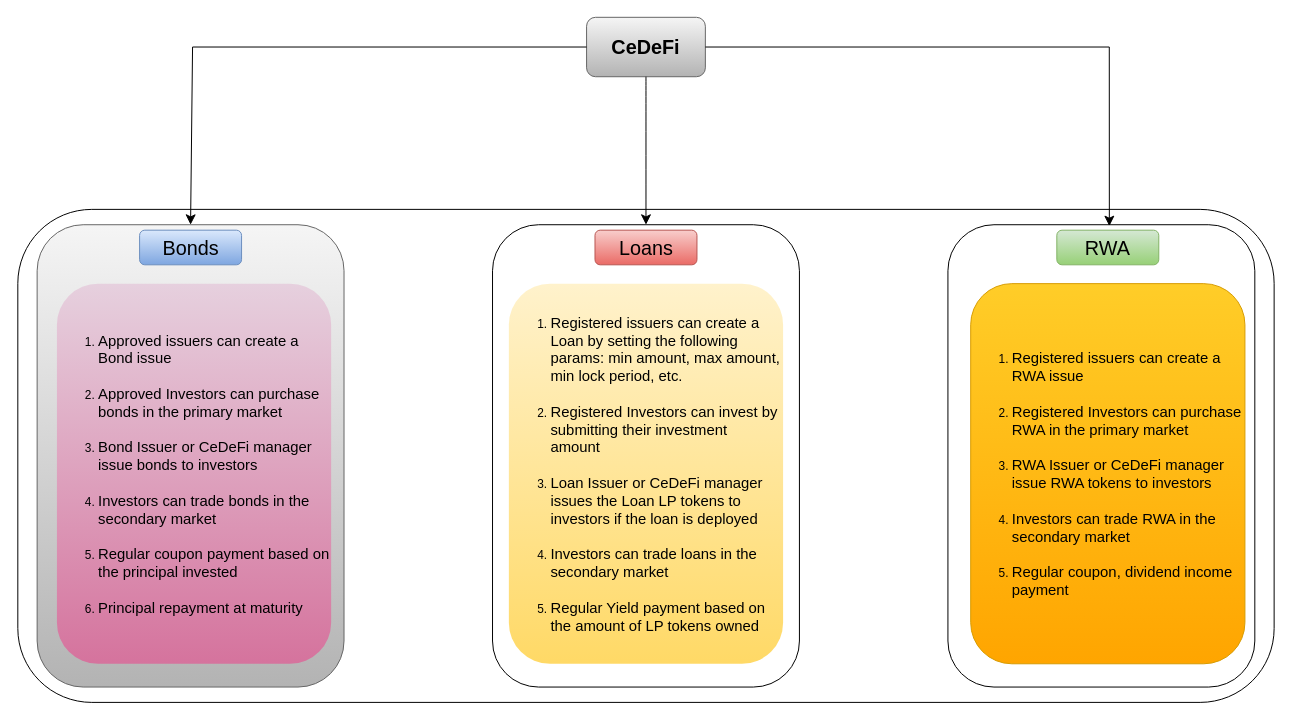
This is cedefi.drawio from Edoumou/drawings, a draw.io file, before an edit. Source tidied: cells renumbered, new cells numbered last; positions are measured from the earlier drawing's top-left corner, leaving out a move shared by most shapes. Both pictures are drawn from the tidied source at 99%, with x=0, y=0 at pixel (18, 17).
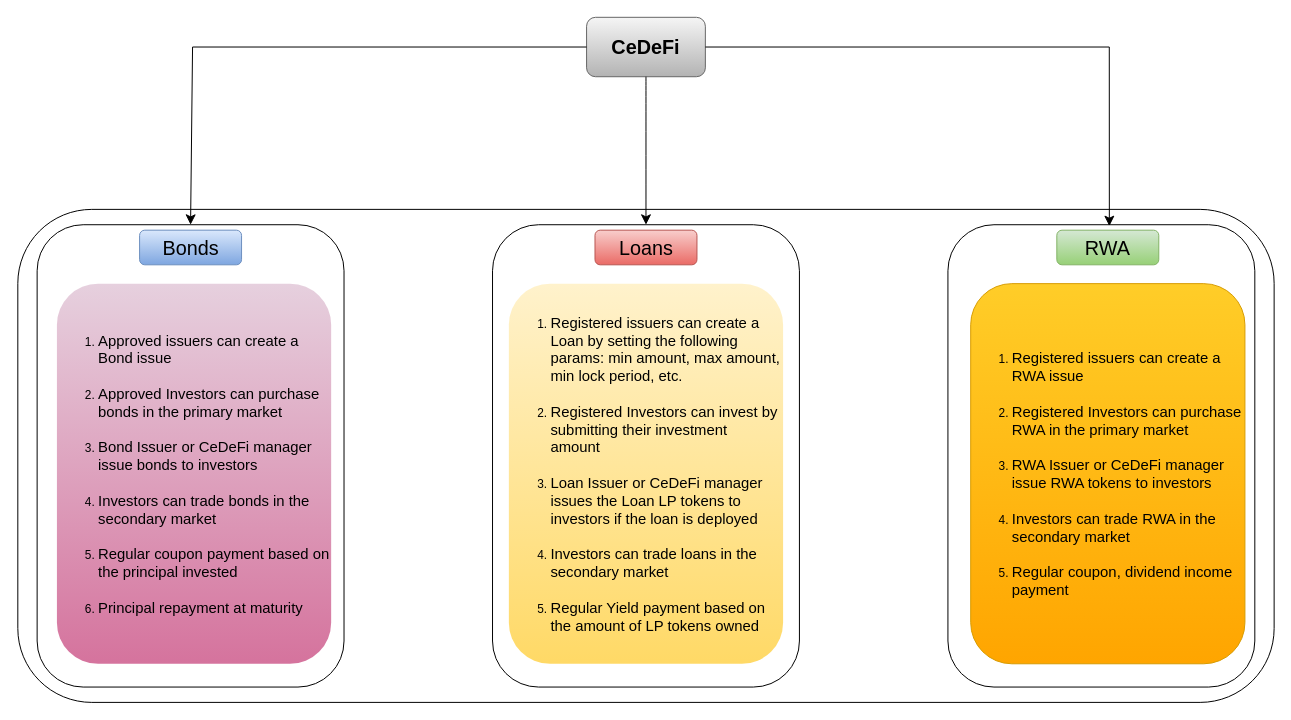
Above is the later version.

The edit, as a diff of the source:
```diff
@@
 <mxGraphModel>
   <root>
     <mxCell id="0" />
     <mxCell id="1" parent="0" />
     <mxCell id="2" value="&lt;font style=&quot;font-size: 20px;&quot;&gt;&lt;b&gt;CeDeFi&lt;/b&gt;&lt;/font&gt;" style="rounded=1;whiteSpace=wrap;html=1;fillColor=#f5f5f5;gradientColor=#b3b3b3;strokeColor=#666666;" parent="1" vertex="1">
       <mxGeometry x="574" width="120" height="60" as="geometry" />
     </mxCell>
     <mxCell id="3" style="rounded=1;whiteSpace=wrap;html=1;" parent="1" vertex="1">
       <mxGeometry x="-0.5" y="194" width="1269" height="498" as="geometry" />
     </mxCell>
-    <mxCell id="4" style="rounded=1;whiteSpace=wrap;html=1;fillColor=#f5f5f5;gradientColor=#b3b3b3;strokeColor=#666666;" parent="1" vertex="1">
+    <mxCell id="4" style="rounded=1;whiteSpace=wrap;html=1;" parent="1" vertex="1">
       <mxGeometry x="19" y="209.5" width="310" height="467" as="geometry" />
     </mxCell>
     <mxCell id="5" style="rounded=1;whiteSpace=wrap;html=1;" parent="1" vertex="1">
       <mxGeometry x="479" y="209.5" width="310" height="467" as="geometry" />
     </mxCell>
     <mxCell id="6" style="rounded=1;whiteSpace=wrap;html=1;" parent="1" vertex="1">
       <mxGeometry x="939" y="209.5" width="310" height="467" as="geometry" />
     </mxCell>
     <mxCell id="7" style="edgeStyle=none;curved=0;rounded=0;jettySize=auto;html=1;entryX=0.526;entryY=0.003;entryDx=0;entryDy=0;entryPerimeter=0;fontSize=12;startSize=8;endSize=8;exitX=1;exitY=0.5;exitDx=0;exitDy=0;" parent="1" edge="1" source="2" target="6">
       <mxGeometry relative="1" as="geometry">
         <Array as="points">
           <mxPoint x="1102" y="30" />
         </Array>
       </mxGeometry>
     </mxCell>
     <mxCell id="8" style="edgeStyle=none;curved=0;rounded=0;jettySize=auto;html=1;exitX=0;exitY=0.5;exitDx=0;exitDy=0;entryX=0.5;entryY=0;entryDx=0;entryDy=0;fontSize=12;startSize=8;endSize=8;" parent="1" edge="1" source="2" target="4">
       <mxGeometry relative="1" as="geometry">
         <Array as="points">
           <mxPoint x="176" y="30" />
         </Array>
       </mxGeometry>
     </mxCell>
     <mxCell id="9" value="&lt;font style=&quot;font-size: 20px;&quot;&gt;Bonds&lt;/font&gt;" style="rounded=1;whiteSpace=wrap;html=1;fillColor=#dae8fc;gradientColor=#7ea6e0;strokeColor=#6c8ebf;" parent="1" vertex="1">
       <mxGeometry x="122.5" y="215" width="103" height="35" as="geometry" />
     </mxCell>
     <mxCell id="10" value="&lt;font style=&quot;font-size: 20px;&quot;&gt;Loans&lt;/font&gt;" style="rounded=1;whiteSpace=wrap;html=1;fillColor=#f8cecc;gradientColor=#ea6b66;strokeColor=#b85450;" parent="1" vertex="1">
       <mxGeometry x="582.5" y="215" width="103" height="35" as="geometry" />
     </mxCell>
     <mxCell id="11" value="&lt;font style=&quot;font-size: 20px;&quot;&gt;RWA&lt;/font&gt;" style="rounded=1;whiteSpace=wrap;html=1;fillColor=#d5e8d4;gradientColor=#97d077;strokeColor=#82b366;" parent="1" vertex="1">
       <mxGeometry x="1049" y="215" width="103" height="35" as="geometry" />
     </mxCell>
     <mxCell id="12" value="&lt;ol&gt;&lt;li&gt;&lt;font style=&quot;font-size: 15px;&quot;&gt;Approved issuers can create a Bond issue&lt;br&gt;&lt;br&gt;&lt;/font&gt;&lt;/li&gt;&lt;li&gt;&lt;font style=&quot;font-size: 15px;&quot;&gt;Approved Investors can purchase bonds in the primary market&lt;br&gt;&lt;br&gt;&lt;/font&gt;&lt;/li&gt;&lt;li&gt;&lt;font style=&quot;font-size: 15px;&quot;&gt;Bond Issuer or CeDeFi manager issue bonds to investors&lt;br&gt;&lt;br&gt;&lt;/font&gt;&lt;/li&gt;&lt;li&gt;&lt;font style=&quot;font-size: 15px;&quot;&gt;Investors can trade bonds in the secondary market&lt;br&gt;&lt;br&gt;&lt;/font&gt;&lt;/li&gt;&lt;li&gt;&lt;font style=&quot;font-size: 15px;&quot;&gt;Regular coupon payment based on the principal invested&lt;br&gt;&lt;br&gt;&lt;/font&gt;&lt;/li&gt;&lt;li&gt;&lt;font style=&quot;font-size: 15px;&quot;&gt;Principal repayment at maturity&lt;/font&gt;&lt;/li&gt;&lt;/ol&gt;" style="rounded=1;whiteSpace=wrap;html=1;align=left;strokeColor=none;fillColor=#e6d0de;gradientColor=#d5739d;" parent="1" vertex="1">
       <mxGeometry x="39" y="269" width="277" height="384" as="geometry" />
     </mxCell>
     <mxCell id="13" value="&lt;ol&gt;&lt;li&gt;&lt;font style=&quot;font-size: 15px;&quot;&gt;Registered issuers can create a Loan by setting the following params: min amount, max amount, min lock period, etc.&lt;br&gt;&lt;br&gt;&lt;/font&gt;&lt;/li&gt;&lt;li&gt;&lt;font style=&quot;font-size: 15px;&quot;&gt;Registered Investors can invest by submitting their investment amount&amp;nbsp;&lt;br&gt;&lt;br&gt;&lt;/font&gt;&lt;/li&gt;&lt;li&gt;&lt;font style=&quot;font-size: 15px;&quot;&gt;Loan Issuer or CeDeFi manager issues the Loan LP tokens to investors if the loan is deployed&lt;br&gt;&lt;br&gt;&lt;/font&gt;&lt;/li&gt;&lt;li&gt;&lt;font style=&quot;font-size: 15px;&quot;&gt;Investors can trade loans in the secondary market&lt;br&gt;&lt;br&gt;&lt;/font&gt;&lt;/li&gt;&lt;li&gt;&lt;font style=&quot;font-size: 15px;&quot;&gt;Regular Yield payment based on the amount of LP tokens owned&lt;br&gt;&lt;/font&gt;&lt;/li&gt;&lt;/ol&gt;" style="rounded=1;whiteSpace=wrap;html=1;align=left;fillColor=#fff2cc;gradientColor=#ffd966;strokeColor=none;" parent="1" vertex="1">
       <mxGeometry x="495.5" y="269" width="277" height="384" as="geometry" />
     </mxCell>
     <mxCell id="14" style="edgeStyle=none;curved=1;rounded=0;jettySize=auto;html=1;fontSize=12;startSize=8;endSize=8;" parent="1" edge="1" source="2" target="5">
       <mxGeometry relative="1" as="geometry" />
     </mxCell>
     <mxCell id="15" value="&lt;ol&gt;&lt;li&gt;&lt;font style=&quot;font-size: 15px;&quot;&gt;Registered issuers can create a RWA issue&lt;br&gt;&lt;br&gt;&lt;/font&gt;&lt;/li&gt;&lt;li&gt;&lt;font style=&quot;font-size: 15px;&quot;&gt;Registered Investors can purchase RWA in the primary market&lt;br&gt;&lt;br&gt;&lt;/font&gt;&lt;/li&gt;&lt;li&gt;&lt;font style=&quot;font-size: 15px;&quot;&gt;RWA Issuer or CeDeFi manager issue RWA tokens to investors&lt;br&gt;&lt;br&gt;&lt;/font&gt;&lt;/li&gt;&lt;li&gt;&lt;font style=&quot;font-size: 15px;&quot;&gt;Investors can trade RWA in the secondary market&lt;br&gt;&lt;br&gt;&lt;/font&gt;&lt;/li&gt;&lt;li&gt;&lt;font style=&quot;font-size: 15px;&quot;&gt;Regular coupon, dividend income payment&lt;/font&gt;&lt;/li&gt;&lt;/ol&gt;" style="rounded=1;whiteSpace=wrap;html=1;align=left;fillColor=#ffcd28;gradientColor=#ffa500;strokeColor=#d79b00;" parent="1" vertex="1">
       <mxGeometry x="962" y="269" width="277" height="384" as="geometry" />
     </mxCell>
   </root>
 </mxGraphModel>
```
